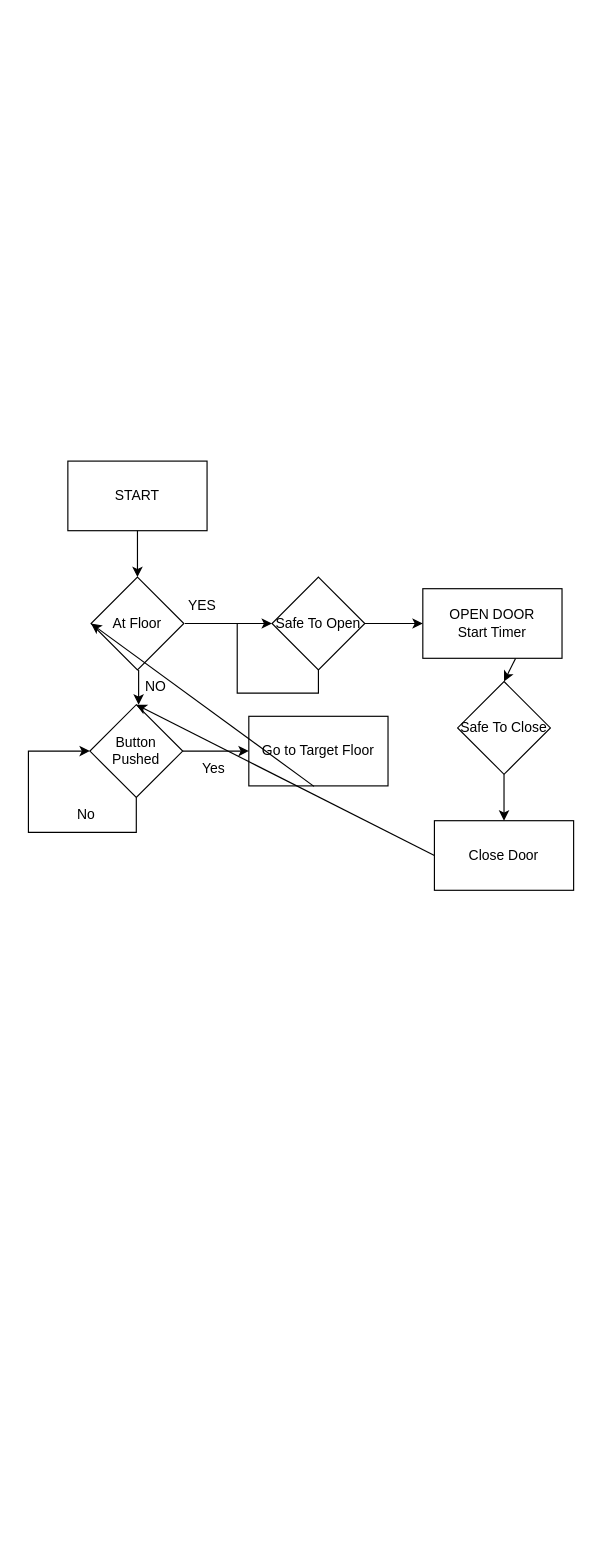
The draw.io diagram Elevator Flowchart.drawio in lkw56/Elevator, before the edit. Source tidied: cells renumbered, new cells numbered last; positions are measured from the earlier drawing's top-left corner, leaving out a move shared by most shapes. Both pictures are drawn from the tidied source at 116%, with x=0, y=0 at pixel (28, 461).
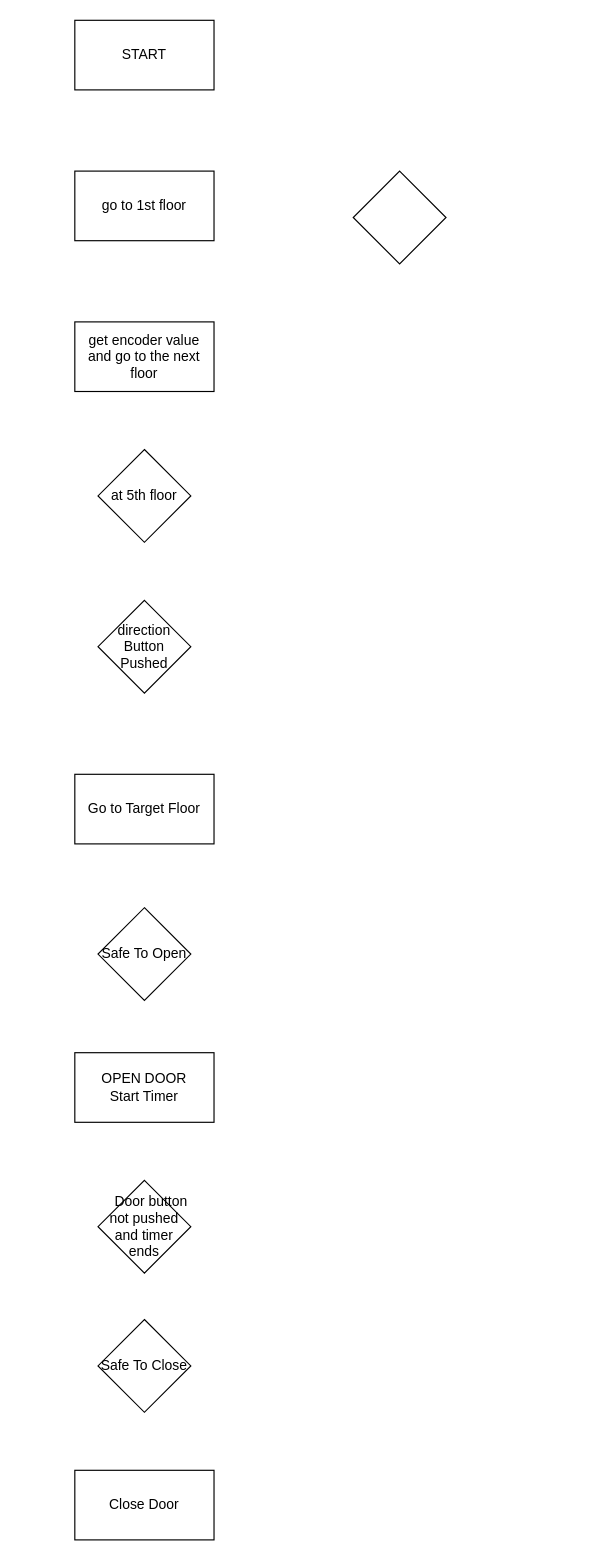
Above is the later version.

What changed in the source:
```diff
@@
     <mxCell id="2" value="START" style="rounded=0;whiteSpace=wrap;html=1;" parent="1" vertex="1">
-      <mxGeometry x="34" width="120" height="60" as="geometry" />
+      <mxGeometry x="40" y="-380" width="120" height="60" as="geometry" />
     </mxCell>
-    <mxCell id="3" value="At Floor" style="rhombus;whiteSpace=wrap;html=1;" parent="1" vertex="1">
-      <mxGeometry x="54" y="100" width="80" height="80" as="geometry" />
-    </mxCell>
-    <mxCell id="4" value="YES" style="text;html=1;strokeColor=none;fillColor=none;align=center;verticalAlign=middle;whiteSpace=wrap;rounded=0;" parent="1" vertex="1">
-      <mxGeometry x="120" y="110" width="60" height="30" as="geometry" />
-    </mxCell>
-    <mxCell id="5" value="NO" style="text;html=1;strokeColor=none;fillColor=none;align=center;verticalAlign=middle;whiteSpace=wrap;rounded=0;" parent="1" vertex="1">
-      <mxGeometry x="80" y="180" width="60" height="30" as="geometry" />
-    </mxCell>
-    <mxCell id="6" style="endArrow=classic;html=1;rounded=0;exitX=0.5;exitY=1;exitDx=0;exitDy=0;entryX=0.5;entryY=0;entryDx=0;entryDy=0;" parent="1" edge="1" source="2" target="3">
-      <mxGeometry relative="1" as="geometry" />
-    </mxCell>
     <mxCell id="7" value="Go to Target Floor" style="rounded=0;whiteSpace=wrap;html=1;" parent="1" vertex="1">
-      <mxGeometry x="190" y="220" width="120" height="60" as="geometry" />
+      <mxGeometry x="40" y="270" width="120" height="60" as="geometry" />
     </mxCell>
     <mxCell id="8" value="&lt;div&gt;OPEN DOOR&lt;/div&gt;&lt;div&gt;Start Timer&lt;br&gt;&lt;/div&gt;" style="rounded=0;whiteSpace=wrap;html=1;" parent="1" vertex="1">
-      <mxGeometry x="340" y="110" width="120" height="60" as="geometry" />
+      <mxGeometry x="40" y="510" width="120" height="60" as="geometry" />
     </mxCell>
     <mxCell id="9" value="Safe To Open" style="rhombus;whiteSpace=wrap;html=1;" parent="1" vertex="1">
-      <mxGeometry x="210" y="100" width="80" height="80" as="geometry" />
+      <mxGeometry x="60" y="385" width="80" height="80" as="geometry" />
     </mxCell>
-    <mxCell id="10" value="Button Pushed" style="rhombus;whiteSpace=wrap;html=1;" parent="1" vertex="1">
-      <mxGeometry x="53" y="210" width="80" height="80" as="geometry" />
+    <mxCell id="10" value="direction Button Pushed" style="rhombus;whiteSpace=wrap;html=1;" parent="1" vertex="1">
+      <mxGeometry x="60" y="120" width="80" height="80" as="geometry" />
     </mxCell>
-    <mxCell id="11" style="endArrow=classic;html=1;rounded=0;exitX=0.5;exitY=1;exitDx=0;exitDy=0;entryX=0;entryY=0.5;entryDx=0;entryDy=0;" parent="1" edge="1" source="10" target="10">
-      <mxGeometry relative="1" as="geometry">
-        <Array as="points">
-          <mxPoint x="93" y="320" />
-          <mxPoint y="320" />
-          <mxPoint y="250" />
-        </Array>
-      </mxGeometry>
-    </mxCell>
-    <mxCell id="12" style="endArrow=classic;html=1;rounded=0;exitX=1;exitY=0.5;exitDx=0;exitDy=0;entryX=0;entryY=0.5;entryDx=0;entryDy=0;" parent="1" edge="1" source="10" target="7">
-      <mxGeometry relative="1" as="geometry" />
-    </mxCell>
-    <mxCell id="13" style="endArrow=classic;html=1;rounded=0;exitX=0.468;exitY=1.007;exitDx=0;exitDy=0;exitPerimeter=0;entryX=0;entryY=0.5;entryDx=0;entryDy=0;" parent="1" edge="1" source="7" target="3">
-      <mxGeometry relative="1" as="geometry" />
-    </mxCell>
-    <mxCell id="14" style="endArrow=classic;html=1;rounded=0;entryX=0.25;entryY=1;entryDx=0;entryDy=0;exitX=0.25;exitY=0;exitDx=0;exitDy=0;" parent="1" edge="1" source="5" target="5">
-      <mxGeometry relative="1" as="geometry" />
-    </mxCell>
-    <mxCell id="15" style="endArrow=classic;html=1;rounded=0;exitX=0.25;exitY=1;exitDx=0;exitDy=0;entryX=0;entryY=0.5;entryDx=0;entryDy=0;" parent="1" edge="1" source="4" target="9">
-      <mxGeometry relative="1" as="geometry" />
-    </mxCell>
-    <mxCell id="16" style="endArrow=classic;html=1;rounded=0;exitX=1;exitY=0.5;exitDx=0;exitDy=0;entryX=0;entryY=0.5;entryDx=0;entryDy=0;" parent="1" edge="1" source="9" target="8">
-      <mxGeometry relative="1" as="geometry" />
-    </mxCell>
     <mxCell id="17" value="Safe To Close" style="rhombus;whiteSpace=wrap;html=1;" parent="1" vertex="1">
-      <mxGeometry x="370" y="190" width="80" height="80" as="geometry" />
+      <mxGeometry x="60" y="740" width="80" height="80" as="geometry" />
     </mxCell>
-    <mxCell id="18" style="endArrow=classic;html=1;rounded=0;exitX=0.666;exitY=1.003;exitDx=0;exitDy=0;exitPerimeter=0;entryX=0.5;entryY=0;entryDx=0;entryDy=0;" parent="1" edge="1" source="8" target="17">
-      <mxGeometry relative="1" as="geometry" />
-    </mxCell>
     <mxCell id="19" value="Close Door" style="rounded=0;whiteSpace=wrap;html=1;" parent="1" vertex="1">
-      <mxGeometry x="350" y="310" width="120" height="60" as="geometry" />
+      <mxGeometry x="40" y="870" width="120" height="60" as="geometry" />
     </mxCell>
-    <mxCell id="20" style="endArrow=classic;html=1;rounded=0;exitX=0.5;exitY=1;exitDx=0;exitDy=0;entryX=0.5;entryY=0;entryDx=0;entryDy=0;" parent="1" edge="1" source="17" target="19">
-      <mxGeometry relative="1" as="geometry" />
-    </mxCell>
-    <mxCell id="21" style="endArrow=classic;html=1;rounded=0;exitX=0;exitY=0.5;exitDx=0;exitDy=0;entryX=0.5;entryY=0;entryDx=0;entryDy=0;" parent="1" edge="1" source="19" target="10">
-      <mxGeometry relative="1" as="geometry" />
-    </mxCell>
-    <mxCell id="22" value="No" style="text;html=1;strokeColor=none;fillColor=none;align=center;verticalAlign=middle;whiteSpace=wrap;rounded=0;" parent="1" vertex="1">
-      <mxGeometry x="20" y="290" width="60" height="30" as="geometry" />
-    </mxCell>
-    <mxCell id="23" value="Yes" style="text;html=1;strokeColor=none;fillColor=none;align=center;verticalAlign=middle;whiteSpace=wrap;rounded=0;" parent="1" vertex="1">
-      <mxGeometry x="130" y="250" width="60" height="30" as="geometry" />
-    </mxCell>
-    <mxCell id="24" style="endArrow=none;html=1;rounded=0;" parent="1" edge="1">
-      <mxGeometry relative="1" as="geometry">
-        <mxPoint x="250" y="180" as="sourcePoint" />
-        <mxPoint x="180" y="140" as="targetPoint" />
-        <Array as="points">
-          <mxPoint x="250" y="200" />
-          <mxPoint x="180" y="200" />
-          <mxPoint x="180" y="160" />
-        </Array>
-      </mxGeometry>
-    </mxCell>
+    <mxCell id="25" value="get encoder value and go to the next floor" style="rounded=0;whiteSpace=wrap;html=1;" parent="1" vertex="1">
+      <mxGeometry x="40" y="-120" width="120" height="60" as="geometry" />
+    </mxCell>
+    <mxCell id="26" style="rhombus;whiteSpace=wrap;html=1;" parent="1" vertex="1">
+      <mxGeometry x="280" y="-250" width="80" height="80" as="geometry" />
+    </mxCell>
+    <mxCell id="27" value="at 5th floor" style="rhombus;whiteSpace=wrap;html=1;" parent="1" vertex="1">
+      <mxGeometry x="60" y="-10" width="80" height="80" as="geometry" />
+    </mxCell>
+    <mxCell id="28" value="　Door button not pushed and timer ends" style="rhombus;whiteSpace=wrap;html=1;" parent="1" vertex="1">
+      <mxGeometry x="60" y="620" width="80" height="80" as="geometry" />
+    </mxCell>
+    <mxCell id="29" value="go to 1st floor" style="rounded=0;whiteSpace=wrap;html=1;" parent="1" vertex="1">
+      <mxGeometry x="40" y="-250" width="120" height="60" as="geometry" />
+    </mxCell>
```
